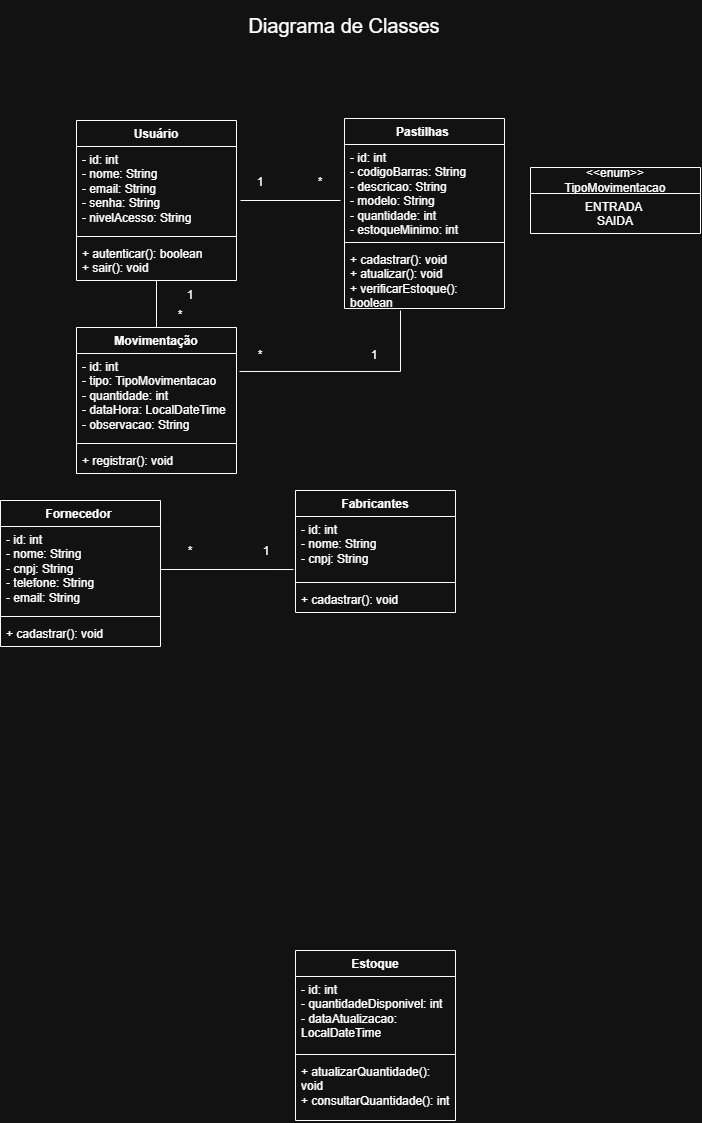
This is docs/uml/diagrama-classes.png from BiaViotto/sistema-controle-estoque-pastilhas, a draw.io export, as it was before one commit. Source tidied: cells renumbered, new cells last; positions are measured from the earlier drawing's top-left corner, leaving out a move shared by most shapes.
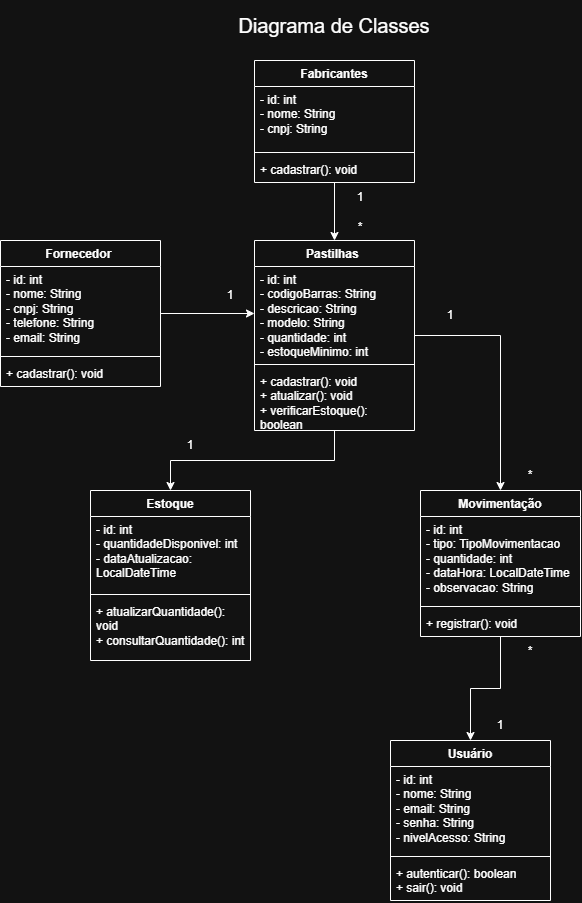
After the commit.

Change to the diagram source:
```diff
@@ -5,8 +5,14 @@
     <mxCell id="2" value="&lt;font style=&quot;font-size: 20px;&quot;&gt;Diagrama de Classes&lt;/font&gt;" style="text;html=1;whiteSpace=wrap;strokeColor=none;fillColor=none;align=center;verticalAlign=middle;rounded=0;" parent="1" vertex="1">
       <mxGeometry x="236" width="216" height="50" as="geometry" />
     </mxCell>
+    <mxCell id="41" style="edgeStyle=orthogonalEdgeStyle;rounded=0;jettySize=auto;html=1;entryX=0.5;entryY=0;entryDx=0;entryDy=0;" parent="1" edge="1" source="3" target="23">
+      <mxGeometry relative="1" as="geometry" />
+    </mxCell>
+    <mxCell id="42" style="edgeStyle=orthogonalEdgeStyle;rounded=0;jettySize=auto;html=1;exitX=0.5;exitY=1;exitDx=0;exitDy=0;entryX=0.5;entryY=0;entryDx=0;entryDy=0;" parent="1" edge="1" source="3" target="15">
+      <mxGeometry relative="1" as="geometry" />
+    </mxCell>
     <mxCell id="3" value="Pastilhas&amp;nbsp;" style="swimlane;fontStyle=1;align=center;verticalAlign=top;horizontal=1;startSize=26;whiteSpace=wrap;html=1;" parent="1" vertex="1">
-      <mxGeometry x="344" y="118" width="160" height="190" as="geometry" />
+      <mxGeometry x="264" y="240" width="160" height="190" as="geometry" />
     </mxCell>
     <mxCell id="4" value="- id: int&lt;br/&gt;- codigoBarras: String&lt;br/&gt;- descricao: String&lt;br/&gt;- modelo: String&lt;br/&gt;- quantidade: int&lt;br/&gt;- estoqueMinimo: int" style="text;strokeColor=none;fillColor=none;align=left;verticalAlign=top;spacingLeft=4;spacingRight=4;overflow=hidden;points=[[0,0.5],[1,0.5]];portConstraint=eastwest;whiteSpace=wrap;html=1;" parent="3" vertex="1">
       <mxGeometry y="26" width="160" height="94" as="geometry" />
@@ -18,7 +24,7 @@
       <mxGeometry y="128" width="160" height="62" as="geometry" />
     </mxCell>
     <mxCell id="7" value="Usuário" style="swimlane;fontStyle=1;align=center;verticalAlign=top;horizontal=1;startSize=26;whiteSpace=wrap;html=1;" parent="1" vertex="1">
-      <mxGeometry x="76" y="120" width="160" height="160" as="geometry" />
+      <mxGeometry x="400" y="740" width="160" height="160" as="geometry" />
     </mxCell>
     <mxCell id="8" value="- id: int&lt;br/&gt;- nome: String&lt;br/&gt;- email: String&lt;br/&gt;- senha: String&lt;br/&gt;- nivelAcesso: String" style="text;strokeColor=none;fillColor=none;align=left;verticalAlign=top;spacingLeft=4;spacingRight=4;overflow=hidden;whiteSpace=wrap;html=1;" parent="7" vertex="1">
       <mxGeometry y="26" width="160" height="86" as="geometry" />
@@ -29,8 +35,11 @@
     <mxCell id="10" value="+ autenticar(): boolean&lt;br/&gt;+ sair(): void" style="text;strokeColor=none;fillColor=none;align=left;verticalAlign=top;spacingLeft=4;spacingRight=4;overflow=hidden;whiteSpace=wrap;html=1;" parent="7" vertex="1">
       <mxGeometry y="120" width="160" height="40" as="geometry" />
     </mxCell>
+    <mxCell id="43" style="edgeStyle=orthogonalEdgeStyle;rounded=0;jettySize=auto;html=1;exitX=0.5;exitY=1;exitDx=0;exitDy=0;entryX=0.5;entryY=0;entryDx=0;entryDy=0;" parent="1" edge="1" source="11" target="3">
+      <mxGeometry relative="1" as="geometry" />
+    </mxCell>
     <mxCell id="11" value="Fabricantes" style="swimlane;fontStyle=1;align=center;verticalAlign=top;horizontal=1;startSize=26;whiteSpace=wrap;html=1;" parent="1" vertex="1">
-      <mxGeometry x="295" y="490" width="160" height="122" as="geometry" />
+      <mxGeometry x="264" y="60" width="160" height="122" as="geometry" />
     </mxCell>
     <mxCell id="12" value="- id: int&lt;br/&gt;- nome: String&lt;br/&gt;- cnpj: String" style="text;strokeColor=none;fillColor=none;align=left;verticalAlign=top;spacingLeft=4;spacingRight=4;overflow=hidden;points=[[0,0.5],[1,0.5]];portConstraint=eastwest;whiteSpace=wrap;html=1;" parent="11" vertex="1">
       <mxGeometry y="26" width="160" height="62" as="geometry" />
@@ -42,7 +51,7 @@
       <mxGeometry y="96" width="160" height="26" as="geometry" />
     </mxCell>
     <mxCell id="15" value="Estoque" style="swimlane;fontStyle=1;align=center;verticalAlign=top;horizontal=1;startSize=26;whiteSpace=wrap;html=1;" parent="1" vertex="1">
-      <mxGeometry x="295" y="950" width="160" height="170" as="geometry" />
+      <mxGeometry x="100" y="490" width="160" height="170" as="geometry" />
     </mxCell>
     <mxCell id="16" value="- id: int&lt;br/&gt;- quantidadeDisponivel: int&lt;br/&gt;- dataAtualizacao: LocalDateTime" style="text;strokeColor=none;fillColor=none;align=left;verticalAlign=top;spacingLeft=4;spacingRight=4;overflow=hidden;whiteSpace=wrap;html=1;" parent="15" vertex="1">
       <mxGeometry y="26" width="160" height="74" as="geometry" />
@@ -53,8 +62,11 @@
     <mxCell id="18" value="+ atualizarQuantidade(): void&lt;br/&gt;+ consultarQuantidade(): int" style="text;strokeColor=none;fillColor=none;align=left;verticalAlign=top;spacingLeft=4;spacingRight=4;overflow=hidden;whiteSpace=wrap;html=1;" parent="15" vertex="1">
       <mxGeometry y="108" width="160" height="62" as="geometry" />
     </mxCell>
+    <mxCell id="44" style="edgeStyle=orthogonalEdgeStyle;rounded=0;jettySize=auto;html=1;exitX=1;exitY=0.5;exitDx=0;exitDy=0;entryX=0;entryY=0.5;entryDx=0;entryDy=0;" parent="1" edge="1" source="19" target="4">
+      <mxGeometry relative="1" as="geometry" />
+    </mxCell>
     <mxCell id="19" value="Fornecedor&amp;nbsp;" style="swimlane;fontStyle=1;align=center;verticalAlign=top;horizontal=1;startSize=26;whiteSpace=wrap;html=1;" parent="1" vertex="1">
-      <mxGeometry y="500" width="160" height="146" as="geometry" />
+      <mxGeometry x="10" y="240" width="160" height="146" as="geometry" />
     </mxCell>
     <mxCell id="20" value="- id: int&lt;br/&gt;- nome: String&lt;br/&gt;- cnpj: String&lt;br/&gt;- telefone: String&lt;br/&gt;- email: String" style="text;strokeColor=none;fillColor=none;align=left;verticalAlign=top;spacingLeft=4;spacingRight=4;overflow=hidden;points=[[0,0.5],[1,0.5]];portConstraint=eastwest;whiteSpace=wrap;html=1;" parent="19" vertex="1">
       <mxGeometry y="26" width="160" height="86" as="geometry" />
@@ -65,8 +77,11 @@
     <mxCell id="22" value="+ cadastrar(): void" style="text;strokeColor=none;fillColor=none;align=left;verticalAlign=top;spacingLeft=4;spacingRight=4;overflow=hidden;whiteSpace=wrap;html=1;" parent="19" vertex="1">
       <mxGeometry y="120" width="160" height="26" as="geometry" />
     </mxCell>
+    <mxCell id="45" style="edgeStyle=orthogonalEdgeStyle;rounded=0;jettySize=auto;html=1;exitX=0.5;exitY=1;exitDx=0;exitDy=0;entryX=0.5;entryY=0;entryDx=0;entryDy=0;" parent="1" edge="1" source="23" target="7">
+      <mxGeometry relative="1" as="geometry" />
+    </mxCell>
     <mxCell id="23" value="Movimentação" style="swimlane;fontStyle=1;align=center;verticalAlign=top;horizontal=1;startSize=26;whiteSpace=wrap;html=1;" parent="1" vertex="1">
-      <mxGeometry x="76" y="327" width="160" height="146" as="geometry" />
+      <mxGeometry x="430" y="490" width="160" height="146" as="geometry" />
     </mxCell>
     <mxCell id="24" value="- id: int&lt;br/&gt;- tipo: TipoMovimentacao&lt;br/&gt;- quantidade: int&lt;br/&gt;- dataHora: LocalDateTime&lt;br/&gt;- observacao: String" style="text;strokeColor=none;fillColor=none;align=left;verticalAlign=top;spacingLeft=4;spacingRight=4;overflow=hidden;points=[[0,0.5],[1,0.5]];portConstraint=eastwest;whiteSpace=wrap;html=1;" parent="23" vertex="1">
       <mxGeometry y="26" width="160" height="86" as="geometry" />
@@ -77,55 +92,29 @@
     <mxCell id="26" value="+ registrar(): void" style="text;strokeColor=none;fillColor=none;align=left;verticalAlign=top;spacingLeft=4;spacingRight=4;overflow=hidden;whiteSpace=wrap;html=1;" parent="23" vertex="1">
       <mxGeometry y="120" width="160" height="26" as="geometry" />
     </mxCell>
-    <mxCell id="27" value="&amp;lt;&amp;lt;enum&amp;gt;&amp;gt;&lt;br/&gt;TipoMovimentacao" style="swimlane;fontStyle=0;horizontal=1;startSize=26;fillColor=none;whiteSpace=wrap;html=1;" parent="1" vertex="1">
-      <mxGeometry x="530" y="167" width="170" height="66" as="geometry" />
-    </mxCell>
-    <mxCell id="28" value="ENTRADA&amp;nbsp;&lt;div&gt;SAIDA&lt;/div&gt;" style="text;strokeColor=none;fillColor=none;align=center;verticalAlign=top;spacingLeft=4;spacingRight=4;overflow=hidden;whiteSpace=wrap;html=1;" parent="27" vertex="1">
-      <mxGeometry y="26" width="170" height="40" as="geometry" />
-    </mxCell>
-    <mxCell id="29" style="endArrow=none;html=1;rounded=0;" parent="1" edge="1">
-      <mxGeometry relative="1" as="geometry">
-        <mxPoint x="240" y="200" as="sourcePoint" />
-        <mxPoint x="340" y="200" as="targetPoint" />
-      </mxGeometry>
-    </mxCell>
-    <mxCell id="30" style="endArrow=none;html=1;rounded=0;exitX=0.5;exitY=1;exitDx=0;exitDy=0;entryX=0.5;entryY=0;entryDx=0;entryDy=0;" parent="1" edge="1" source="7" target="23">
-      <mxGeometry relative="1" as="geometry" />
-    </mxCell>
-    <mxCell id="31" style="endArrow=none;html=1;rounded=0;exitX=1.019;exitY=0.209;exitDx=0;exitDy=0;exitPerimeter=0;" parent="1" edge="1" source="24">
-      <mxGeometry relative="1" as="geometry">
-        <mxPoint x="400" y="310" as="targetPoint" />
-        <Array as="points">
-          <mxPoint x="400" y="371" />
-        </Array>
-      </mxGeometry>
-    </mxCell>
-    <mxCell id="32" style="endArrow=none;html=1;rounded=0;exitX=1;exitY=0.5;exitDx=0;exitDy=0;entryX=-0.012;entryY=0.855;entryDx=0;entryDy=0;entryPerimeter=0;" parent="1" edge="1" source="20" target="12">
-      <mxGeometry relative="1" as="geometry" />
-    </mxCell>
-    <mxCell id="33" value="1" style="text;html=1;whiteSpace=wrap;strokeColor=none;fillColor=none;align=center;verticalAlign=middle;rounded=0;" parent="1" vertex="1">
-      <mxGeometry x="230" y="167" width="60" height="30" as="geometry" />
-    </mxCell>
-    <mxCell id="34" value="1" style="text;html=1;whiteSpace=wrap;strokeColor=none;fillColor=none;align=center;verticalAlign=middle;rounded=0;" parent="1" vertex="1">
-      <mxGeometry x="344" y="340" width="60" height="30" as="geometry" />
-    </mxCell>
-    <mxCell id="35" value="1" style="text;html=1;whiteSpace=wrap;strokeColor=none;fillColor=none;align=center;verticalAlign=middle;rounded=0;" parent="1" vertex="1">
-      <mxGeometry x="160" y="280" width="60" height="30" as="geometry" />
-    </mxCell>
-    <mxCell id="36" value="1" style="text;html=1;whiteSpace=wrap;strokeColor=none;fillColor=none;align=center;verticalAlign=middle;rounded=0;" parent="1" vertex="1">
-      <mxGeometry x="236" y="536" width="60" height="30" as="geometry" />
-    </mxCell>
-    <mxCell id="37" value="*" style="text;html=1;whiteSpace=wrap;strokeColor=none;fillColor=none;align=center;verticalAlign=middle;rounded=0;" parent="1" vertex="1">
-      <mxGeometry x="290" y="167" width="60" height="30" as="geometry" />
-    </mxCell>
-    <mxCell id="38" value="*" style="text;html=1;whiteSpace=wrap;strokeColor=none;fillColor=none;align=center;verticalAlign=middle;rounded=0;" parent="1" vertex="1">
-      <mxGeometry x="230" y="340" width="60" height="30" as="geometry" />
-    </mxCell>
-    <mxCell id="39" value="*" style="text;html=1;whiteSpace=wrap;strokeColor=none;fillColor=none;align=center;verticalAlign=middle;rounded=0;" parent="1" vertex="1">
-      <mxGeometry x="150" y="300" width="60" height="30" as="geometry" />
-    </mxCell>
-    <mxCell id="40" value="*" style="text;html=1;whiteSpace=wrap;strokeColor=none;fillColor=none;align=center;verticalAlign=middle;rounded=0;" parent="1" vertex="1">
-      <mxGeometry x="160" y="536" width="60" height="30" as="geometry" />
-    </mxCell>
+    <mxCell id="46" value="1" style="text;html=1;whiteSpace=wrap;strokeColor=none;fillColor=none;align=center;verticalAlign=middle;rounded=0;" parent="1" vertex="1">
+      <mxGeometry x="340" y="182" width="60" height="30" as="geometry" />
+    </mxCell>
+    <mxCell id="47" value="*" style="text;html=1;whiteSpace=wrap;strokeColor=none;fillColor=none;align=center;verticalAlign=middle;rounded=0;" parent="1" vertex="1">
+      <mxGeometry x="340" y="212" width="60" height="30" as="geometry" />
+    </mxCell>
+    <mxCell id="48" value="1" style="text;html=1;whiteSpace=wrap;strokeColor=none;fillColor=none;align=center;verticalAlign=middle;rounded=0;" parent="1" vertex="1">
+      <mxGeometry x="170" y="430" width="60" height="30" as="geometry" />
+    </mxCell>
+    <mxCell id="49" value="1" style="text;html=1;whiteSpace=wrap;strokeColor=none;fillColor=none;align=center;verticalAlign=middle;rounded=0;" parent="1" vertex="1">
+      <mxGeometry x="430" y="300" width="60" height="30" as="geometry" />
+    </mxCell>
+    <mxCell id="50" value="*" style="text;html=1;whiteSpace=wrap;strokeColor=none;fillColor=none;align=center;verticalAlign=middle;rounded=0;" parent="1" vertex="1">
+      <mxGeometry x="510" y="460" width="60" height="30" as="geometry" />
+    </mxCell>
+    <mxCell id="51" value="*" style="text;html=1;whiteSpace=wrap;strokeColor=none;fillColor=none;align=center;verticalAlign=middle;rounded=0;" parent="1" vertex="1">
+      <mxGeometry x="510" y="636" width="60" height="30" as="geometry" />
+    </mxCell>
+    <mxCell id="52" value="1" style="text;html=1;whiteSpace=wrap;strokeColor=none;fillColor=none;align=center;verticalAlign=middle;rounded=0;" parent="1" vertex="1">
+      <mxGeometry x="480" y="710" width="60" height="30" as="geometry" />
+    </mxCell>
+    <mxCell id="53" value="1" style="text;html=1;whiteSpace=wrap;strokeColor=none;fillColor=none;align=center;verticalAlign=middle;rounded=0;" parent="1" vertex="1">
+      <mxGeometry x="210" y="280" width="60" height="30" as="geometry" />
+    </mxCell>
   </root>
 </mxGraphModel>
```
